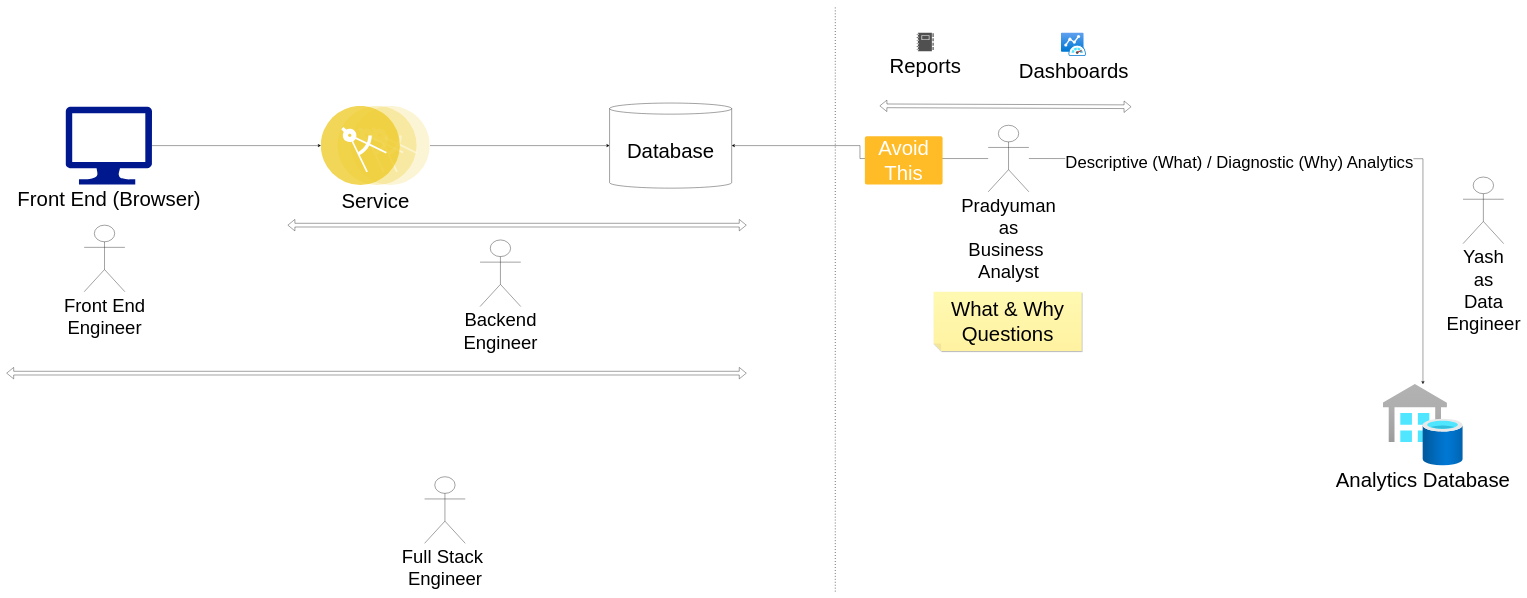
Above: page "Presentation" (2 of 2) of talks/iit-b/Career In Analytics.drawio in aTechGuide/draw.io (draw.io), before the change. Source tidied: cells renumbered, new cells numbered last; positions are measured from the earlier drawing's top-left corner, leaving out a move shared by most shapes. Both pictures are drawn from the tidied source at 37%, with x=0, y=0 at pixel (6, 7).
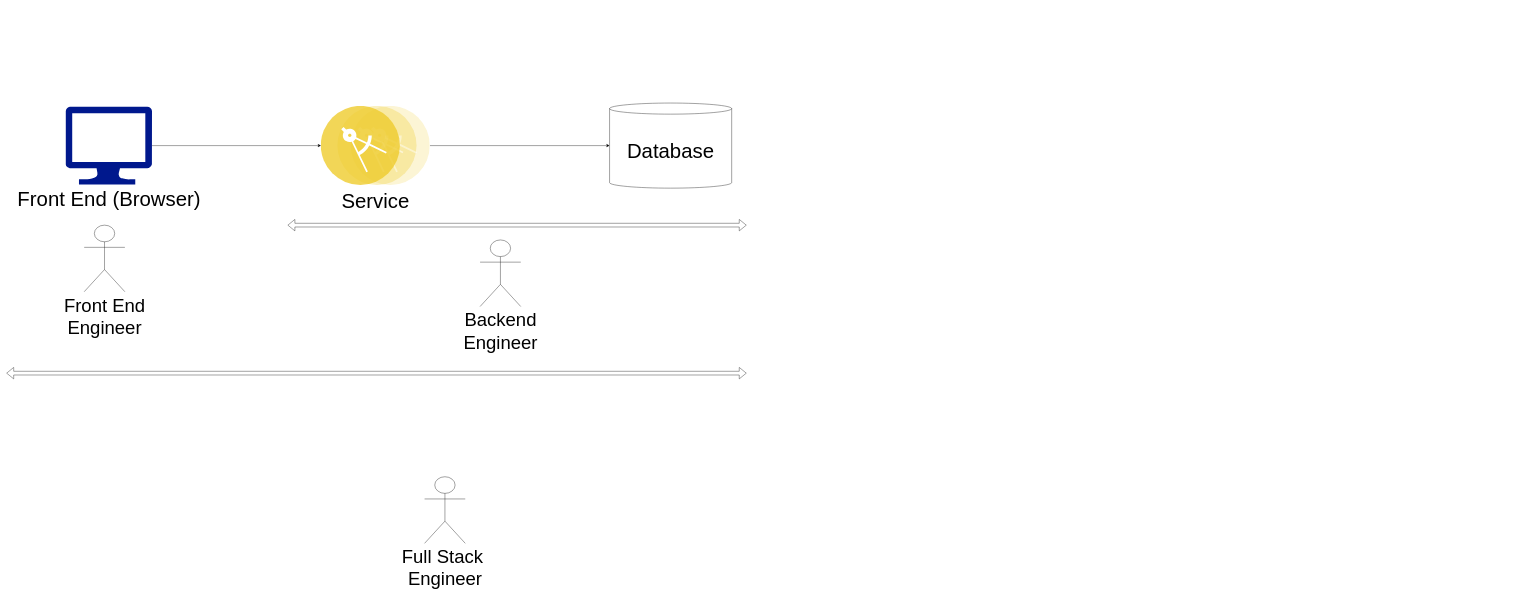
After the change.

The change refers to these unchanged cells:
```xml
<mxCell id="6" value="&lt;font style=&quot;font-size: 55px;&quot;&gt;Database&lt;/font&gt;" style="shape=cylinder3;whiteSpace=wrap;html=1;boundedLbl=1;backgroundOutline=1;size=15;" parent="1" vertex="1">
  <mxGeometry x="1630" y="260" width="330" height="230" as="geometry" />
</mxCell>
```

What changed in the source:
```diff
@@
-    <mxCell id="12" parent="0" />
-    <mxCell id="13" style="endArrow=none;dashed=1;html=1;dashPattern=1 3;strokeWidth=2;rounded=0;" parent="12" edge="1">
-      <mxGeometry relative="1" as="geometry">
-        <mxPoint x="2240" y="1580" as="sourcePoint" />
-        <mxPoint x="2240" as="targetPoint" />
-      </mxGeometry>
-    </mxCell>
-    <mxCell id="14" value="&lt;font style=&quot;font-size: 55px;&quot;&gt;Reports&lt;/font&gt;" style="sketch=0;shadow=0;dashed=0;html=1;strokeColor=none;labelPosition=center;verticalLabelPosition=bottom;verticalAlign=top;align=center;fillColor=#505050;shape=mxgraph.mscae.intune.reports;" parent="12" vertex="1">
-      <mxGeometry x="2460" y="70" width="46" height="50" as="geometry" />
-    </mxCell>
-    <mxCell id="15" value="&lt;font style=&quot;font-size: 55px;&quot;&gt;Dashboards&lt;/font&gt;" style="image;html=1;align=center;fontSize=12;image=img/lib/azure2/other/Azure_Monitor_Dashboard.svg;" parent="12" vertex="1">
-      <mxGeometry x="2850" y="70" width="68" height="63.2" as="geometry" />
-    </mxCell>
-    <mxCell id="16" style="shape=flexArrow;endArrow=classic;startArrow=classic;html=1;rounded=0;" parent="12" edge="1">
-      <mxGeometry relative="1" as="geometry">
-        <mxPoint x="2360" y="267.5" as="sourcePoint" />
-        <mxPoint x="3040" y="270" as="targetPoint" />
-      </mxGeometry>
-    </mxCell>
-    <mxCell id="17" style="edgeStyle=orthogonalEdgeStyle;rounded=0;jettySize=auto;html=1;" parent="12" edge="1" source="18" target="6">
-      <mxGeometry relative="1" as="geometry" />
-    </mxCell>
-    <mxCell id="18" value="&lt;font style=&quot;font-size: 50px;&quot;&gt;Pradyuman&lt;br&gt;as&lt;br&gt;Business&amp;nbsp;&lt;br&gt;Analyst&lt;br&gt;&lt;/font&gt;" style="shape=umlActor;verticalLabelPosition=bottom;verticalAlign=top;html=1;outlineConnect=0;" parent="12" vertex="1">
-      <mxGeometry x="2653.3" y="320" width="110" height="180" as="geometry" />
-    </mxCell>
-    <mxCell id="19" value="&lt;font style=&quot;font-size: 55px;&quot;&gt;What &amp;amp; Why&lt;br&gt;Questions&lt;/font&gt;" style="shape=note;whiteSpace=wrap;html=1;backgroundOutline=1;fontColor=#000000;darkOpacity=0.05;fillColor=#FFF9B2;strokeColor=none;fillStyle=solid;direction=west;gradientDirection=north;gradientColor=#FFF2A1;shadow=1;size=20;" parent="12" vertex="1">
-      <mxGeometry x="2506" y="770" width="400" height="160" as="geometry" />
-    </mxCell>
-    <mxCell id="20" parent="0" />
-    <mxCell id="21" value="&lt;font style=&quot;font-size: 55px;&quot;&gt;Analytics Database&lt;/font&gt;" style="image;html=1;points=[];align=center;fontSize=12;image=img/lib/azure2/databases/SQL_Data_Warehouses.svg;" parent="20" vertex="1">
-      <mxGeometry x="3720" y="1020" width="216.6" height="220" as="geometry" />
-    </mxCell>
-    <mxCell id="22" value="&lt;font style=&quot;font-size: 45px;&quot;&gt;Descriptive (What) / Diagnostic (Why) Analytics&lt;/font&gt;" style="edgeStyle=orthogonalEdgeStyle;rounded=0;jettySize=auto;html=1;" parent="20" edge="1" target="21">
-      <mxGeometry x="-0.32" y="-10" relative="1" as="geometry">
-        <mxPoint x="2763.3" y="410" as="sourcePoint" />
-      </mxGeometry>
-    </mxCell>
-    <mxCell id="23" value="&lt;font style=&quot;font-size: 50px;&quot;&gt;Yash&lt;br&gt;as&lt;br&gt;Data&lt;br&gt;Engineer&lt;br&gt;&lt;/font&gt;" style="shape=umlActor;verticalLabelPosition=bottom;verticalAlign=top;html=1;" parent="20" vertex="1">
-      <mxGeometry x="3936.6" y="460" width="110" height="180" as="geometry" />
-    </mxCell>
-    <mxCell id="24" value="&lt;font style=&quot;font-size: 55px;&quot;&gt;Avoid This&lt;/font&gt;" style="html=1;shadow=0;dashed=0;shape=mxgraph.bootstrap.rrect;rSize=5;strokeColor=none;strokeWidth=1;fillColor=#FFBC26;fontColor=#FFFFFF;whiteSpace=wrap;align=center;verticalAlign=middle;spacingLeft=0;fontStyle=0;fontSize=16;spacing=5;" parent="20" vertex="1">
-      <mxGeometry x="2320" y="350" width="210" height="130" as="geometry" />
-    </mxCell>
```
